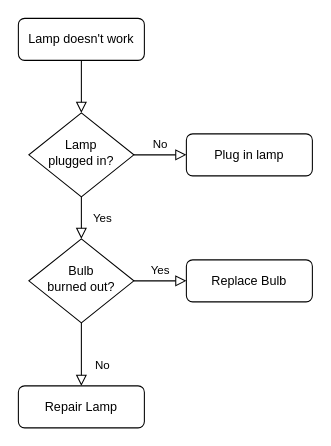
The draw.io diagram 未命名绘图.drawio in Callme24kHandsome/draw, before the edit. Source tidied: cells renumbered, new cells numbered last; positions are measured from the earlier drawing's top-left corner, leaving out a move shared by most shapes. Both pictures are drawn from the tidied source at 105%, with x=0, y=0 at pixel (18, 18).
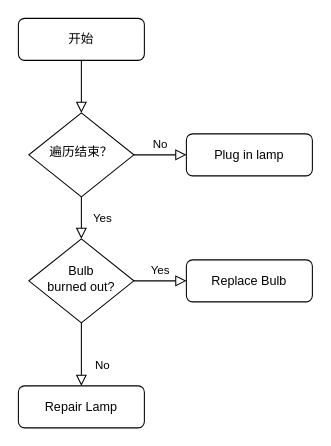
After the change.

What changed in the source:
```diff
@@
 <mxGraphModel>
   <root>
     <mxCell id="0" />
     <mxCell id="1" parent="0" />
     <mxCell id="2" style="rounded=0;html=1;jettySize=auto;fontSize=11;endArrow=block;endFill=0;endSize=8;strokeWidth=1;shadow=0;labelBackgroundColor=none;edgeStyle=orthogonalEdgeStyle;" parent="1" edge="1" source="3" target="6">
       <mxGeometry relative="1" as="geometry" />
     </mxCell>
-    <mxCell id="3" value="Lamp doesn't work" style="rounded=1;whiteSpace=wrap;html=1;fontSize=12;glass=0;strokeWidth=1;shadow=0;" parent="1" vertex="1">
+    <mxCell id="3" value="开始" style="rounded=1;whiteSpace=wrap;html=1;fontSize=12;glass=0;strokeWidth=1;shadow=0;" parent="1" vertex="1">
       <mxGeometry width="120" height="40" as="geometry" />
     </mxCell>
     <mxCell id="4" value="Yes" style="rounded=0;html=1;jettySize=auto;fontSize=11;endArrow=block;endFill=0;endSize=8;strokeWidth=1;shadow=0;labelBackgroundColor=none;edgeStyle=orthogonalEdgeStyle;" parent="1" edge="1" source="6" target="10">
       <mxGeometry y="20" relative="1" as="geometry" />
     </mxCell>
     <mxCell id="5" value="No" style="edgeStyle=orthogonalEdgeStyle;rounded=0;html=1;jettySize=auto;fontSize=11;endArrow=block;endFill=0;endSize=8;strokeWidth=1;shadow=0;labelBackgroundColor=none;" parent="1" edge="1" source="6" target="7">
       <mxGeometry y="10" relative="1" as="geometry" />
     </mxCell>
-    <mxCell id="6" value="Lamp&lt;br&gt;plugged in?" style="rhombus;whiteSpace=wrap;html=1;shadow=0;fontFamily=Helvetica;fontSize=12;align=center;strokeWidth=1;spacing=6;spacingTop=-4;" parent="1" vertex="1">
+    <mxCell id="6" value="遍历结束？" style="rhombus;whiteSpace=wrap;html=1;shadow=0;fontFamily=Helvetica;fontSize=12;align=center;strokeWidth=1;spacing=6;spacingTop=-4;" parent="1" vertex="1">
       <mxGeometry x="10" y="90" width="100" height="80" as="geometry" />
     </mxCell>
     <mxCell id="7" value="Plug in lamp" style="rounded=1;whiteSpace=wrap;html=1;fontSize=12;glass=0;strokeWidth=1;shadow=0;" parent="1" vertex="1">
       <mxGeometry x="160" y="110" width="120" height="40" as="geometry" />
     </mxCell>
     <mxCell id="8" value="No" style="rounded=0;html=1;jettySize=auto;fontSize=11;endArrow=block;endFill=0;endSize=8;strokeWidth=1;shadow=0;labelBackgroundColor=none;edgeStyle=orthogonalEdgeStyle;" parent="1" edge="1" source="10" target="11">
       <mxGeometry x="0.33" y="20" relative="1" as="geometry" />
     </mxCell>
     <mxCell id="9" value="Yes" style="edgeStyle=orthogonalEdgeStyle;rounded=0;html=1;jettySize=auto;fontSize=11;endArrow=block;endFill=0;endSize=8;strokeWidth=1;shadow=0;labelBackgroundColor=none;" parent="1" edge="1" source="10" target="12">
       <mxGeometry y="10" relative="1" as="geometry" />
     </mxCell>
     <mxCell id="10" value="Bulb&lt;br&gt;burned out?" style="rhombus;whiteSpace=wrap;html=1;shadow=0;fontFamily=Helvetica;fontSize=12;align=center;strokeWidth=1;spacing=6;spacingTop=-4;" parent="1" vertex="1">
       <mxGeometry x="10" y="210" width="100" height="80" as="geometry" />
     </mxCell>
     <mxCell id="11" value="Repair Lamp" style="rounded=1;whiteSpace=wrap;html=1;fontSize=12;glass=0;strokeWidth=1;shadow=0;" parent="1" vertex="1">
       <mxGeometry y="350" width="120" height="40" as="geometry" />
     </mxCell>
     <mxCell id="12" value="Replace Bulb" style="rounded=1;whiteSpace=wrap;html=1;fontSize=12;glass=0;strokeWidth=1;shadow=0;" parent="1" vertex="1">
       <mxGeometry x="160" y="230" width="120" height="40" as="geometry" />
     </mxCell>
   </root>
 </mxGraphModel>
```
